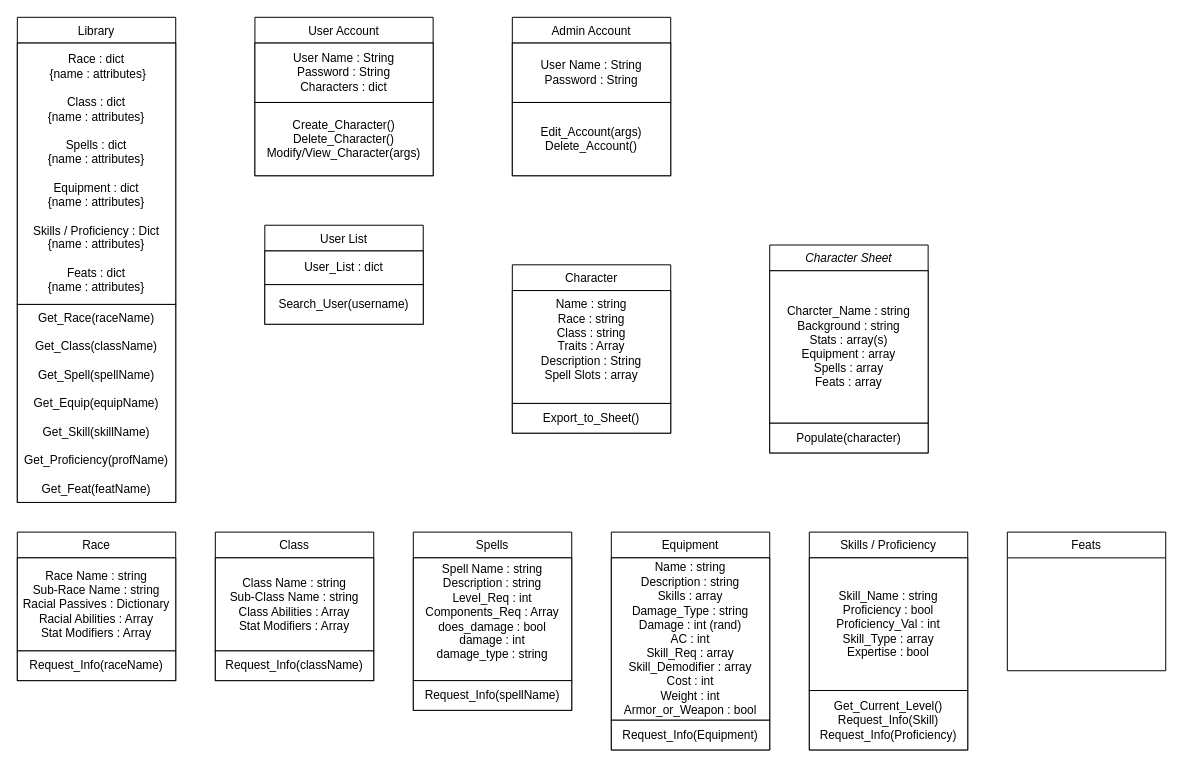
The draw.io diagram project_backend/D3_Class_Diagram.drawio in cloudandr0id/DNDCharacterCreation, before the edit. Source tidied: cells renumbered, new cells numbered last; positions are measured from the earlier drawing's top-left corner, leaving out a move shared by most shapes. Both pictures are drawn from the tidied source at 99%, with x=0, y=0 at pixel (17, 17).
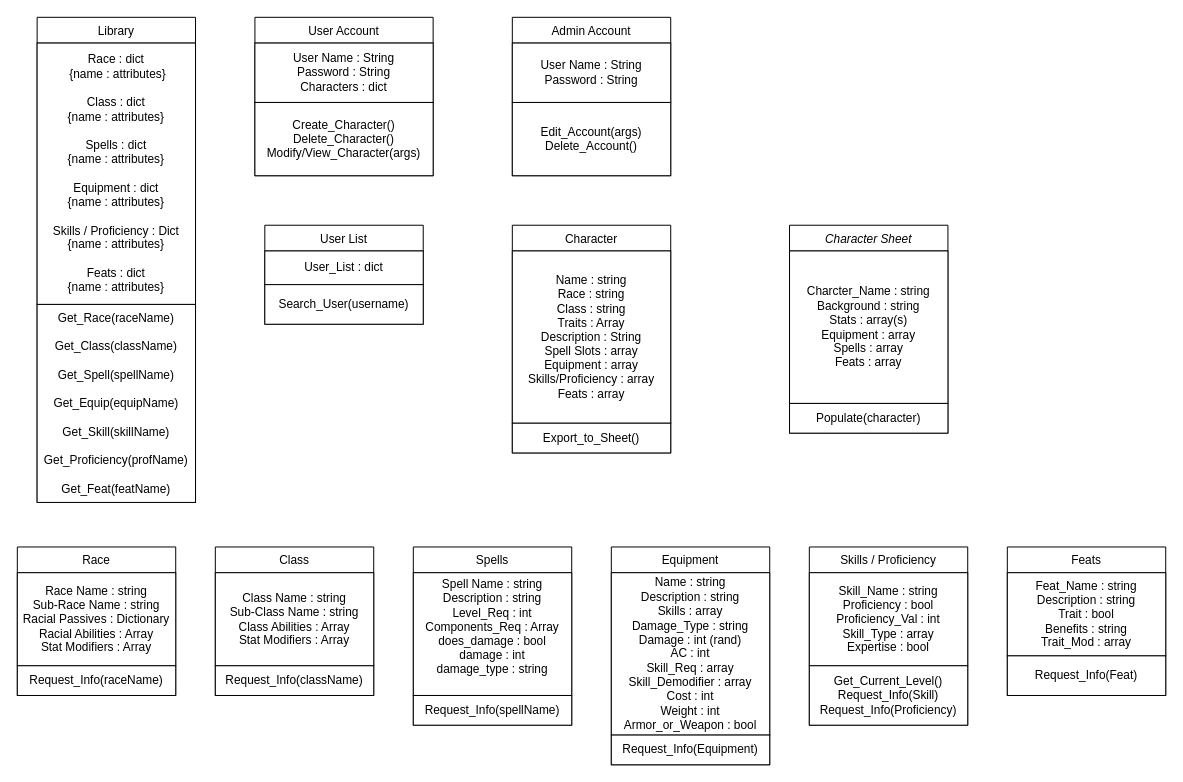
The same page after the edit.

What changed in the source:
```diff
@@
     <mxCell id="2" value="Character Sheet" style="swimlane;fontStyle=2;align=center;verticalAlign=top;horizontal=1;startSize=26;rounded=0;shadow=0;strokeWidth=1;" parent="1" vertex="1">
-      <mxGeometry x="760" y="230" width="160" height="210" as="geometry" />
+      <mxGeometry x="780" y="210" width="160" height="210" as="geometry" />
     </mxCell>
@@
     <mxCell id="5" value="Race" style="swimlane;fontStyle=0;align=center;verticalAlign=top;horizontal=1;startSize=26;rounded=0;shadow=0;strokeWidth=1;" parent="1" vertex="1">
-      <mxGeometry y="520" width="160" height="150" as="geometry" />
+      <mxGeometry y="535" width="160" height="150" as="geometry" />
     </mxCell>
@@
     <mxCell id="8" value="Library&#10;" style="swimlane;fontStyle=0;align=center;verticalAlign=top;horizontal=1;startSize=26;rounded=0;shadow=0;strokeWidth=1;" parent="1" vertex="1">
-      <mxGeometry width="160" height="490" as="geometry" />
+      <mxGeometry x="20" width="160" height="490" as="geometry" />
     </mxCell>
@@
     <mxCell id="11" value="Class" style="swimlane;fontStyle=0;align=center;verticalAlign=top;horizontal=1;startSize=26;rounded=0;shadow=0;strokeWidth=1;" parent="1" vertex="1">
-      <mxGeometry x="200" y="520" width="160" height="150" as="geometry" />
+      <mxGeometry x="200" y="535" width="160" height="150" as="geometry" />
     </mxCell>
@@
     <mxCell id="14" value="Spells" style="swimlane;fontStyle=0;align=center;verticalAlign=top;horizontal=1;startSize=26;rounded=0;shadow=0;strokeWidth=1;" parent="1" vertex="1">
-      <mxGeometry x="400" y="520" width="160" height="180" as="geometry" />
+      <mxGeometry x="400" y="535" width="160" height="180" as="geometry" />
     </mxCell>
@@
     <mxCell id="17" value="Equipment&#10;" style="swimlane;fontStyle=0;align=center;verticalAlign=top;horizontal=1;startSize=26;rounded=0;shadow=0;strokeWidth=1;" parent="1" vertex="1">
-      <mxGeometry x="600" y="520" width="160" height="220" as="geometry" />
+      <mxGeometry x="600" y="535" width="160" height="220" as="geometry" />
     </mxCell>
@@
     <mxCell id="29" value="Character" style="swimlane;fontStyle=0;align=center;verticalAlign=top;horizontal=1;startSize=26;rounded=0;shadow=0;strokeWidth=1;" parent="1" vertex="1">
-      <mxGeometry x="500" y="250" width="160" height="170" as="geometry" />
+      <mxGeometry x="500" y="210" width="160" height="230" as="geometry" />
     </mxCell>
-    <mxCell id="30" value="&lt;div&gt;Name : string&lt;/div&gt;&lt;div&gt;Race : string&lt;/div&gt;&lt;div&gt;Class : string&lt;/div&gt;&lt;div&gt;Traits : Array&lt;/div&gt;&lt;div&gt;Description : String&lt;/div&gt;&lt;div&gt;Spell Slots : array&lt;br&gt;&lt;/div&gt;&lt;div&gt;&lt;br&gt;&lt;/div&gt;" style="whiteSpace=wrap;html=1;" parent="29" vertex="1">
-      <mxGeometry y="26" width="160" height="114" as="geometry" />
+    <mxCell id="30" value="&lt;div&gt;Name : string&lt;/div&gt;&lt;div&gt;Race : string&lt;/div&gt;&lt;div&gt;Class : string&lt;/div&gt;&lt;div&gt;Traits : Array&lt;/div&gt;&lt;div&gt;Description : String&lt;/div&gt;&lt;div&gt;Spell Slots : array&lt;br&gt;&lt;/div&gt;&lt;div&gt;Equipment : array&lt;/div&gt;&lt;div&gt;Skills/Proficiency : array&lt;br&gt;&lt;/div&gt;&lt;div&gt;Feats : array&lt;br&gt;&lt;/div&gt;" style="whiteSpace=wrap;html=1;" parent="29" vertex="1">
+      <mxGeometry y="26" width="160" height="174" as="geometry" />
     </mxCell>
     <mxCell id="31" value="&lt;div&gt;Export_to_Sheet()&lt;/div&gt;" style="whiteSpace=wrap;html=1;" parent="29" vertex="1">
-      <mxGeometry y="140" width="160" height="30" as="geometry" />
+      <mxGeometry y="200" width="160" height="30" as="geometry" />
     </mxCell>
     <mxCell id="32" value="Skills / Proficiency&#10;" style="swimlane;fontStyle=0;align=center;verticalAlign=top;horizontal=1;startSize=26;rounded=0;shadow=0;strokeWidth=1;" parent="1" vertex="1">
-      <mxGeometry x="800" y="520" width="160" height="220" as="geometry" />
+      <mxGeometry x="800" y="535" width="160" height="180" as="geometry" />
     </mxCell>
     <mxCell id="33" value="&lt;div&gt;Skill_Name : string&lt;/div&gt;&lt;div&gt;Proficiency : bool&lt;/div&gt;&lt;div&gt;Proficiency_Val : int&lt;/div&gt;&lt;div&gt;Skill_Type : array&lt;/div&gt;&lt;div&gt;Expertise : bool&lt;br&gt;&lt;/div&gt;" style="whiteSpace=wrap;html=1;" parent="32" vertex="1">
-      <mxGeometry y="26" width="160" height="134" as="geometry" />
+      <mxGeometry y="26" width="160" height="94" as="geometry" />
     </mxCell>
     <mxCell id="34" value="&lt;div&gt;Get_Current_Level()&lt;/div&gt;&lt;div&gt;Request_Info(Skill)&lt;/div&gt;&lt;div&gt;Request_Info(Proficiency)&lt;br&gt;&lt;/div&gt;" style="whiteSpace=wrap;html=1;" parent="32" vertex="1">
-      <mxGeometry y="160" width="160" height="60" as="geometry" />
+      <mxGeometry y="120" width="160" height="60" as="geometry" />
     </mxCell>
     <mxCell id="35" value="Feats" style="swimlane;fontStyle=0;align=center;verticalAlign=top;horizontal=1;startSize=26;rounded=0;shadow=0;strokeWidth=1;" parent="1" vertex="1">
-      <mxGeometry x="1000" y="520" width="160" height="140" as="geometry" />
+      <mxGeometry x="1000" y="535" width="160" height="150" as="geometry" />
     </mxCell>
+    <mxCell id="36" value="&lt;div&gt;Feat_Name : string&lt;/div&gt;&lt;div&gt;Description : string&lt;/div&gt;&lt;div&gt;Trait : bool&lt;/div&gt;&lt;div&gt;Benefits : string&lt;/div&gt;&lt;div&gt;Trait_Mod : array&lt;br&gt;&lt;/div&gt;" style="whiteSpace=wrap;html=1;" parent="35" vertex="1">
+      <mxGeometry y="26" width="160" height="84" as="geometry" />
+    </mxCell>
+    <mxCell id="37" value="Request_Info(Feat)" style="whiteSpace=wrap;html=1;" parent="35" vertex="1">
+      <mxGeometry y="110" width="160" height="40" as="geometry" />
+    </mxCell>
```
